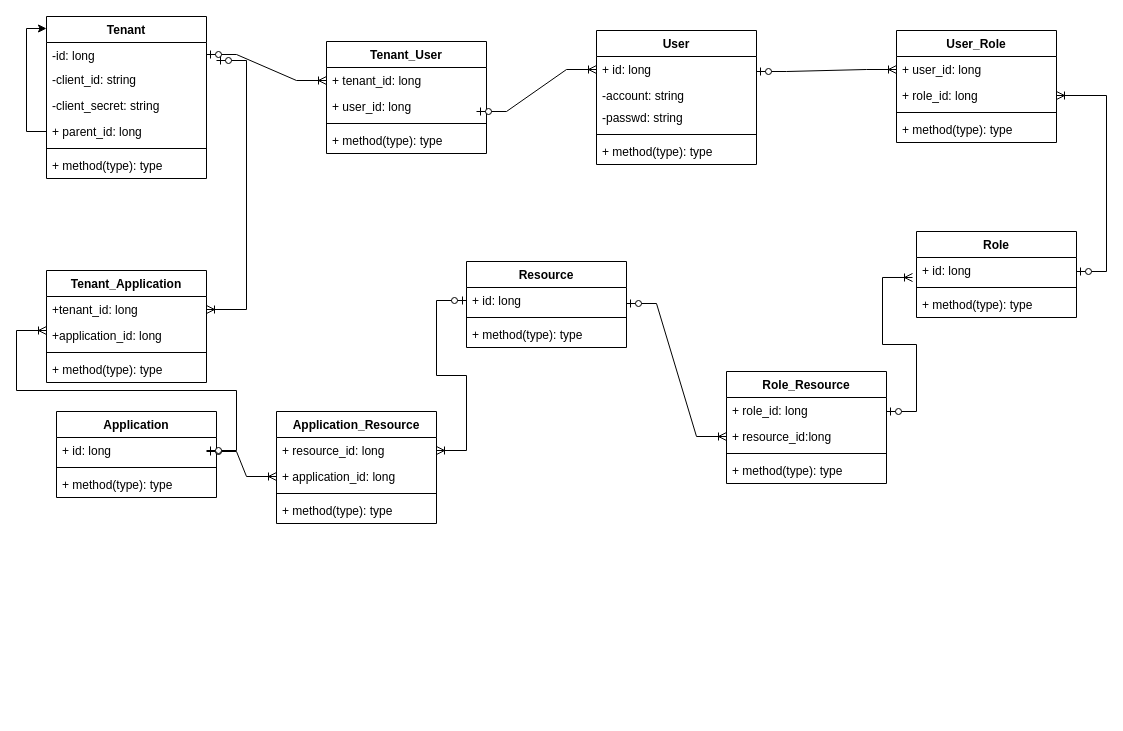
This is page "第 1 页" (1 of 2) of 未命名绘图.drawio from pullFootYouth/diagram, a draw.io file, before an edit. Source tidied: cells renumbered, new cells numbered last; positions are measured from the earlier drawing's top-left corner, leaving out a move shared by most shapes. Both pictures are drawn from the tidied source at 100%, with x=0, y=0 at pixel (46, 16).
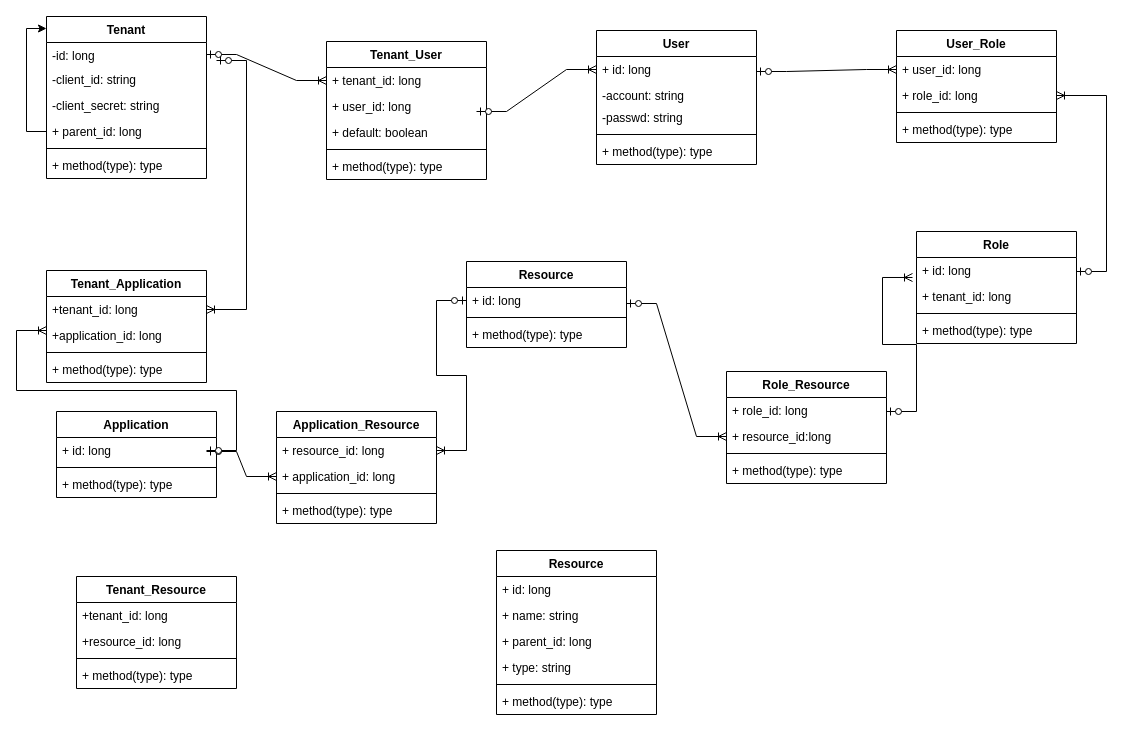
Above is the later version.

Commit message:
saas多租户设计.drawio

Change to the diagram source:
```diff
@@
     <mxCell id="16" value="Tenant_User" style="swimlane;fontStyle=1;align=center;verticalAlign=top;horizontal=1;startSize=26;" parent="1" vertex="1">
-      <mxGeometry x="280" y="25" width="160" height="112" as="geometry" />
+      <mxGeometry x="280" y="25" width="160" height="138" as="geometry" />
     </mxCell>
@@
+    <mxCell id="63" value="+ default: boolean" style="text;strokeColor=none;fillColor=none;align=left;verticalAlign=top;spacingLeft=4;spacingRight=4;overflow=hidden;" parent="16" vertex="1">
+      <mxGeometry y="78" width="160" height="26" as="geometry" />
+    </mxCell>
     <mxCell id="19" style="line;strokeWidth=1;fillColor=none;align=left;verticalAlign=middle;spacingTop=-1;spacingLeft=3;spacingRight=3;labelPosition=right;strokeColor=inherit;" parent="16" vertex="1">
-      <mxGeometry y="78" width="160" height="8" as="geometry" />
+      <mxGeometry y="104" width="160" height="8" as="geometry" />
     </mxCell>
     <mxCell id="20" value="+ method(type): type" style="text;strokeColor=none;fillColor=none;align=left;verticalAlign=top;spacingLeft=4;spacingRight=4;overflow=hidden;" parent="16" vertex="1">
-      <mxGeometry y="86" width="160" height="26" as="geometry" />
+      <mxGeometry y="112" width="160" height="26" as="geometry" />
     </mxCell>
     <mxCell id="21" value="Role" style="swimlane;fontStyle=1;align=center;verticalAlign=top;horizontal=1;startSize=26;" parent="1" vertex="1">
-      <mxGeometry x="870" y="215" width="160" height="86" as="geometry" />
+      <mxGeometry x="870" y="215" width="160" height="112" as="geometry" />
     </mxCell>
@@
+    <mxCell id="64" value="+ tenant_id: long" style="text;strokeColor=none;fillColor=none;align=left;verticalAlign=top;spacingLeft=4;spacingRight=4;overflow=hidden;" parent="21" vertex="1">
+      <mxGeometry y="52" width="160" height="26" as="geometry" />
+    </mxCell>
     <mxCell id="23" style="line;strokeWidth=1;fillColor=none;align=left;verticalAlign=middle;spacingTop=-1;spacingLeft=3;spacingRight=3;labelPosition=right;strokeColor=inherit;" parent="21" vertex="1">
-      <mxGeometry y="52" width="160" height="8" as="geometry" />
+      <mxGeometry y="78" width="160" height="8" as="geometry" />
     </mxCell>
     <mxCell id="24" value="+ method(type): type" style="text;strokeColor=none;fillColor=none;align=left;verticalAlign=top;spacingLeft=4;spacingRight=4;overflow=hidden;" parent="21" vertex="1">
-      <mxGeometry y="60" width="160" height="26" as="geometry" />
+      <mxGeometry y="86" width="160" height="26" as="geometry" />
     </mxCell>
@@
+    <mxCell id="65" value="Resource" style="swimlane;fontStyle=1;align=center;verticalAlign=top;horizontal=1;startSize=26;" parent="1" vertex="1">
+      <mxGeometry x="450" y="534" width="160" height="164" as="geometry" />
+    </mxCell>
+    <mxCell id="66" value="+ id: long" style="text;strokeColor=none;fillColor=none;align=left;verticalAlign=top;spacingLeft=4;spacingRight=4;overflow=hidden;" parent="65" vertex="1">
+      <mxGeometry y="26" width="160" height="26" as="geometry" />
+    </mxCell>
+    <mxCell id="67" value="+ name: string" style="text;strokeColor=none;fillColor=none;align=left;verticalAlign=top;spacingLeft=4;spacingRight=4;overflow=hidden;" parent="65" vertex="1">
+      <mxGeometry y="52" width="160" height="26" as="geometry" />
+    </mxCell>
+    <mxCell id="68" value="+ parent_id: long" style="text;strokeColor=none;fillColor=none;align=left;verticalAlign=top;spacingLeft=4;spacingRight=4;overflow=hidden;" parent="65" vertex="1">
+      <mxGeometry y="78" width="160" height="26" as="geometry" />
+    </mxCell>
+    <mxCell id="69" value="+ type: string" style="text;strokeColor=none;fillColor=none;align=left;verticalAlign=top;spacingLeft=4;spacingRight=4;overflow=hidden;" parent="65" vertex="1">
+      <mxGeometry y="104" width="160" height="26" as="geometry" />
+    </mxCell>
+    <mxCell id="70" style="line;strokeWidth=1;fillColor=none;align=left;verticalAlign=middle;spacingTop=-1;spacingLeft=3;spacingRight=3;labelPosition=right;strokeColor=inherit;" parent="65" vertex="1">
+      <mxGeometry y="130" width="160" height="8" as="geometry" />
+    </mxCell>
+    <mxCell id="71" value="+ method(type): type" style="text;strokeColor=none;fillColor=none;align=left;verticalAlign=top;spacingLeft=4;spacingRight=4;overflow=hidden;" parent="65" vertex="1">
+      <mxGeometry y="138" width="160" height="26" as="geometry" />
+    </mxCell>
+    <mxCell id="72" value="Tenant_Resource" style="swimlane;fontStyle=1;align=center;verticalAlign=top;horizontal=1;startSize=26;" parent="1" vertex="1">
+      <mxGeometry x="30" y="560" width="160" height="112" as="geometry" />
+    </mxCell>
+    <mxCell id="73" value="+tenant_id: long" style="text;strokeColor=none;fillColor=none;align=left;verticalAlign=top;spacingLeft=4;spacingRight=4;overflow=hidden;" parent="72" vertex="1">
+      <mxGeometry y="26" width="160" height="26" as="geometry" />
+    </mxCell>
+    <mxCell id="74" value="+resource_id: long" style="text;strokeColor=none;fillColor=none;align=left;verticalAlign=top;spacingLeft=4;spacingRight=4;overflow=hidden;" parent="72" vertex="1">
+      <mxGeometry y="52" width="160" height="26" as="geometry" />
+    </mxCell>
+    <mxCell id="75" style="line;strokeWidth=1;fillColor=none;align=left;verticalAlign=middle;spacingTop=-1;spacingLeft=3;spacingRight=3;labelPosition=right;strokeColor=inherit;" parent="72" vertex="1">
+      <mxGeometry y="78" width="160" height="8" as="geometry" />
+    </mxCell>
+    <mxCell id="76" value="+ method(type): type" style="text;strokeColor=none;fillColor=none;align=left;verticalAlign=top;spacingLeft=4;spacingRight=4;overflow=hidden;" parent="72" vertex="1">
+      <mxGeometry y="86" width="160" height="26" as="geometry" />
+    </mxCell>
```
